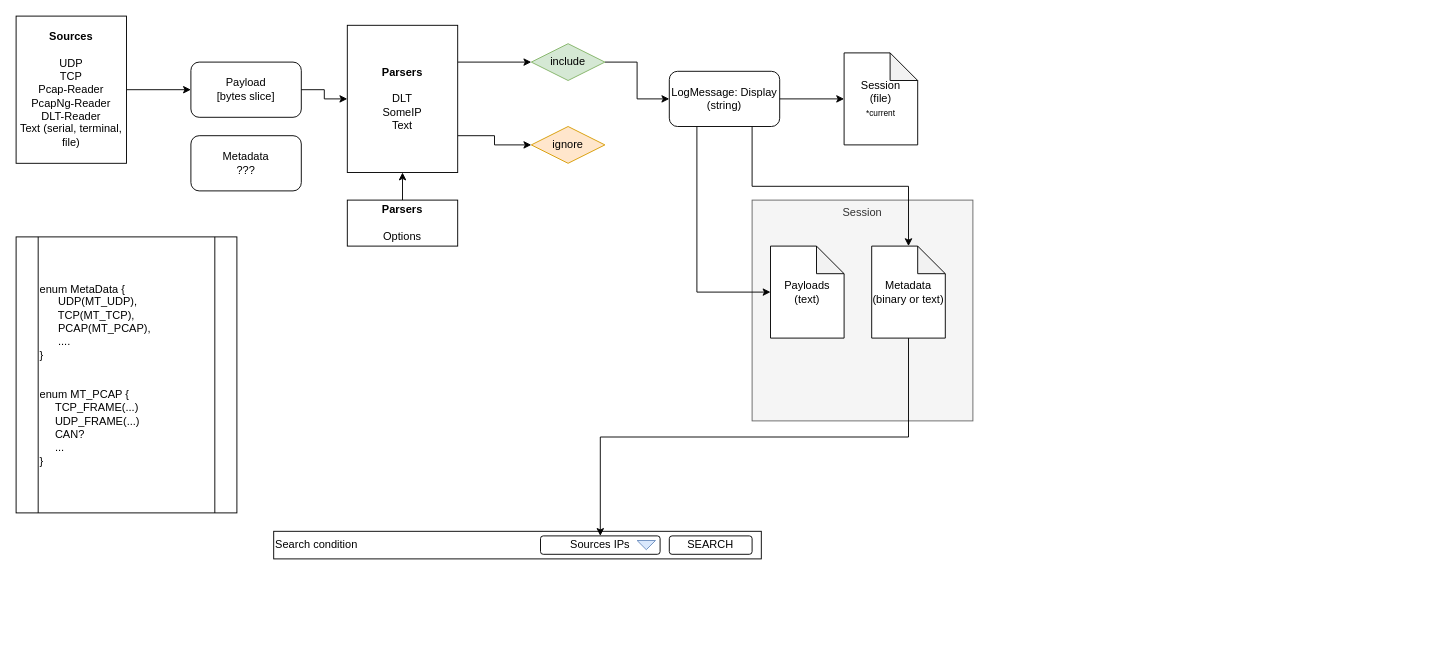
Before: bs_addion_meta_info.drawio in DmitryAstafyev/chipmunk3_roadmap, a draw.io diagram. Source tidied: cells renumbered, new cells numbered last; positions are measured from the earlier drawing's top-left corner, leaving out a move shared by most shapes. Both pictures are drawn from the tidied source at 92%, with x=0, y=0 at pixel (16, 16).
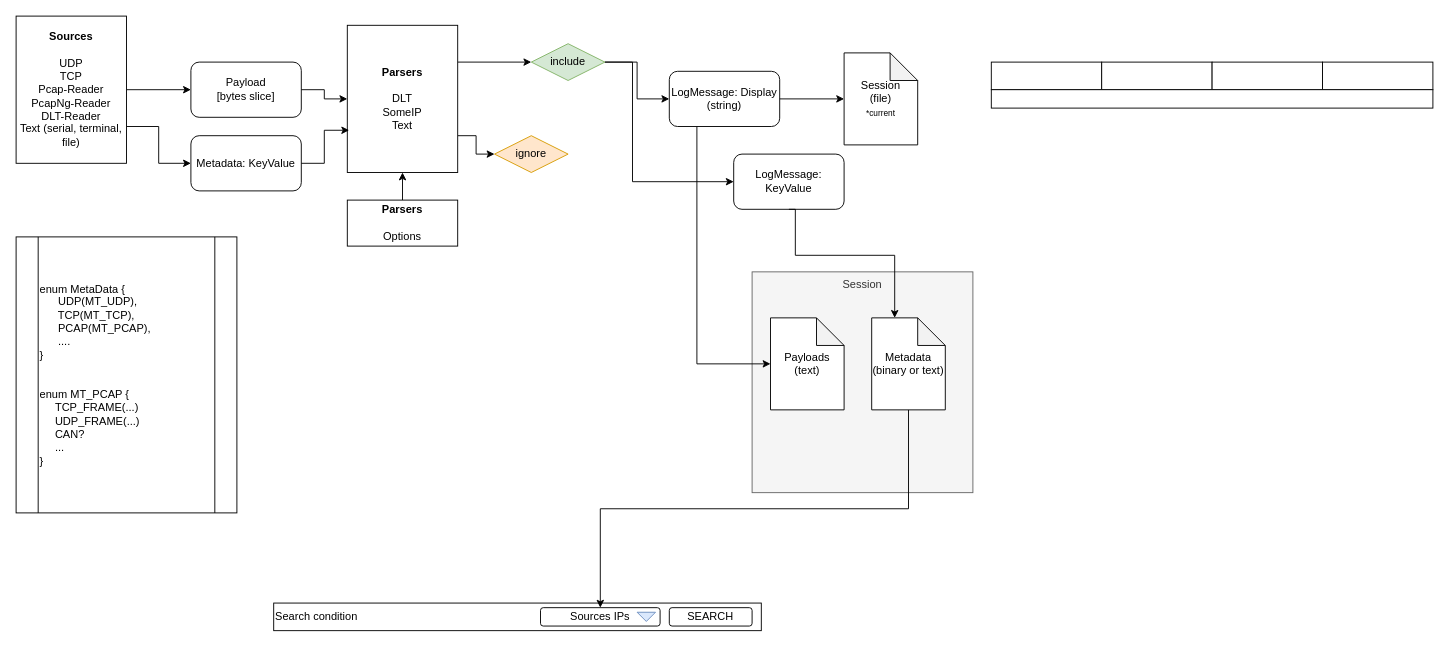
After the change.

Unchanged cells that the change refers to:
```xml
<mxCell id="5" value="&lt;b&gt;Sources&lt;br&gt;&lt;/b&gt;&lt;br&gt;UDP&lt;br&gt;TCP&lt;br&gt;Pcap-Reader&lt;br&gt;PcapNg-Reader&lt;br&gt;DLT-Reader&lt;br&gt;Text (serial, terminal, file)" style="rounded=0;whiteSpace=wrap;html=1;" parent="1" vertex="1">
  <mxGeometry width="120" height="160" as="geometry" />
</mxCell>
<mxCell id="8" value="&lt;b&gt;Parsers&lt;br&gt;&lt;br&gt;&lt;/b&gt;DLT&lt;br&gt;SomeIP&lt;br&gt;Text" style="rounded=0;whiteSpace=wrap;html=1;" parent="1" vertex="1">
  <mxGeometry x="360" y="10" width="120" height="160" as="geometry" />
</mxCell>
<mxCell id="16" value="include" style="rhombus;whiteSpace=wrap;html=1;fillColor=#d5e8d4;strokeColor=#82b366;" parent="1" vertex="1">
  <mxGeometry x="560" y="30" width="80" height="40" as="geometry" />
</mxCell>
<mxCell id="20" value="LogMessage: Display&lt;br&gt;(string)" style="rounded=1;whiteSpace=wrap;html=1;" parent="1" vertex="1">
  <mxGeometry x="710" y="60" width="120" height="60" as="geometry" />
</mxCell>
```

The edit, as a diff of the source:
```diff
@@
     <mxCell id="2" value="Search condition" style="rounded=0;whiteSpace=wrap;html=1;align=left;" parent="1" vertex="1">
-      <mxGeometry x="280" y="560" width="530" height="30" as="geometry" />
+      <mxGeometry x="280" y="638" width="530" height="30" as="geometry" />
     </mxCell>
     <mxCell id="3" value="Session" style="whiteSpace=wrap;html=1;align=center;verticalAlign=top;fillColor=#f5f5f5;fontColor=#333333;strokeColor=#666666;" parent="1" vertex="1">
-      <mxGeometry x="800" y="200" width="240" height="240" as="geometry" />
+      <mxGeometry x="800" y="278" width="240" height="240" as="geometry" />
     </mxCell>
@@
+    <mxCell id="29" style="edgeStyle=orthogonalEdgeStyle;rounded=0;jettySize=auto;html=1;exitX=1;exitY=0.75;exitDx=0;exitDy=0;entryX=0;entryY=0.5;entryDx=0;entryDy=0;" parent="1" edge="1" source="5" target="11">
+      <mxGeometry relative="1" as="geometry" />
+    </mxCell>
@@
-    <mxCell id="11" value="Metadata&lt;br&gt;???" style="rounded=1;whiteSpace=wrap;html=1;" parent="1" vertex="1">
+    <mxCell id="11" value="Metadata: KeyValue" style="rounded=1;whiteSpace=wrap;html=1;" parent="1" vertex="1">
       <mxGeometry x="190" y="130" width="120" height="60" as="geometry" />
     </mxCell>
@@
     <mxCell id="17" value="ignore" style="rhombus;whiteSpace=wrap;html=1;fillColor=#ffe6cc;strokeColor=#d79b00;" parent="1" vertex="1">
-      <mxGeometry x="560" y="120" width="80" height="40" as="geometry" />
+      <mxGeometry x="520" y="130" width="80" height="40" as="geometry" />
     </mxCell>
@@
-    <mxCell id="19" style="edgeStyle=orthogonalEdgeStyle;rounded=0;jettySize=auto;html=1;exitX=0.75;exitY=1;exitDx=0;exitDy=0;" parent="1" edge="1" source="20" target="24">
-      <mxGeometry relative="1" as="geometry" />
-    </mxCell>
+    <mxCell id="30" style="edgeStyle=orthogonalEdgeStyle;rounded=0;jettySize=auto;html=1;exitX=1;exitY=0.5;exitDx=0;exitDy=0;entryX=0;entryY=0.5;entryDx=0;entryDy=0;" parent="1" edge="1" source="16" target="31">
+      <mxGeometry relative="1" as="geometry">
+        <Array as="points">
+          <mxPoint x="670" y="50" />
+          <mxPoint x="670" y="180" />
+        </Array>
+      </mxGeometry>
+    </mxCell>
@@
     <mxCell id="22" value="Payloads&lt;br&gt;(text)" style="shape=note;whiteSpace=wrap;html=1;backgroundOutline=1;darkOpacity=0.05;" parent="1" vertex="1">
-      <mxGeometry x="820" y="250" width="80" height="100" as="geometry" />
+      <mxGeometry x="820" y="328" width="80" height="100" as="geometry" />
     </mxCell>
@@
     <mxCell id="24" value="Metadata&lt;br&gt;(binary or text)" style="shape=note;whiteSpace=wrap;html=1;backgroundOutline=1;darkOpacity=0.05;" parent="1" vertex="1">
-      <mxGeometry x="930" y="250" width="80" height="100" as="geometry" />
+      <mxGeometry x="930" y="328" width="80" height="100" as="geometry" />
     </mxCell>
@@
     <mxCell id="26" value="SEARCH" style="rounded=1;whiteSpace=wrap;html=1;" parent="1" vertex="1">
-      <mxGeometry x="710" y="565" width="90" height="20" as="geometry" />
+      <mxGeometry x="710" y="643" width="90" height="20" as="geometry" />
     </mxCell>
     <mxCell id="27" value="Sources IPs" style="rounded=1;whiteSpace=wrap;html=1;" parent="1" vertex="1">
-      <mxGeometry x="570" y="565" width="130" height="20" as="geometry" />
+      <mxGeometry x="570" y="643" width="130" height="20" as="geometry" />
     </mxCell>
     <mxCell id="28" style="triangle;whiteSpace=wrap;html=1;rotation=90;fillColor=#dae8fc;strokeColor=#6c8ebf;" parent="1" vertex="1">
-      <mxGeometry x="680" y="565" width="10" height="20" as="geometry" />
+      <mxGeometry x="680" y="643" width="10" height="20" as="geometry" />
     </mxCell>
+    <mxCell id="31" value="LogMessage: KeyValue" style="rounded=1;whiteSpace=wrap;html=1;" parent="1" vertex="1">
+      <mxGeometry x="780" y="150" width="120" height="60" as="geometry" />
+    </mxCell>
+    <mxCell id="32" style="edgeStyle=orthogonalEdgeStyle;rounded=0;jettySize=auto;html=1;exitX=0.5;exitY=1;exitDx=0;exitDy=0;entryX=0;entryY=0;entryDx=25;entryDy=0;entryPerimeter=0;" parent="1" edge="1" source="31" target="24">
+      <mxGeometry relative="1" as="geometry">
+        <Array as="points">
+          <mxPoint x="847" y="260" />
+          <mxPoint x="955" y="260" />
+        </Array>
+      </mxGeometry>
+    </mxCell>
+    <mxCell id="33" style="edgeStyle=orthogonalEdgeStyle;rounded=0;jettySize=auto;html=1;exitX=1;exitY=0.5;exitDx=0;exitDy=0;entryX=0.017;entryY=0.713;entryDx=0;entryDy=0;entryPerimeter=0;" parent="1" edge="1" source="11" target="8">
+      <mxGeometry relative="1" as="geometry" />
+    </mxCell>
+    <mxCell id="34" style="rounded=0;whiteSpace=wrap;html=1;" parent="1" vertex="1">
+      <mxGeometry x="1060" y="50" width="120" height="30" as="geometry" />
+    </mxCell>
+    <mxCell id="35" style="rounded=0;whiteSpace=wrap;html=1;" parent="1" vertex="1">
+      <mxGeometry x="1180" y="50" width="120" height="30" as="geometry" />
+    </mxCell>
+    <mxCell id="36" style="rounded=0;whiteSpace=wrap;html=1;" parent="1" vertex="1">
+      <mxGeometry x="1300" y="50" width="120" height="30" as="geometry" />
+    </mxCell>
+    <mxCell id="37" style="rounded=0;whiteSpace=wrap;html=1;" parent="1" vertex="1">
+      <mxGeometry x="1420" y="50" width="120" height="30" as="geometry" />
+    </mxCell>
+    <mxCell id="38" style="rounded=0;whiteSpace=wrap;html=1;" parent="1" vertex="1">
+      <mxGeometry x="1060" y="80" width="480" height="20" as="geometry" />
+    </mxCell>
```
